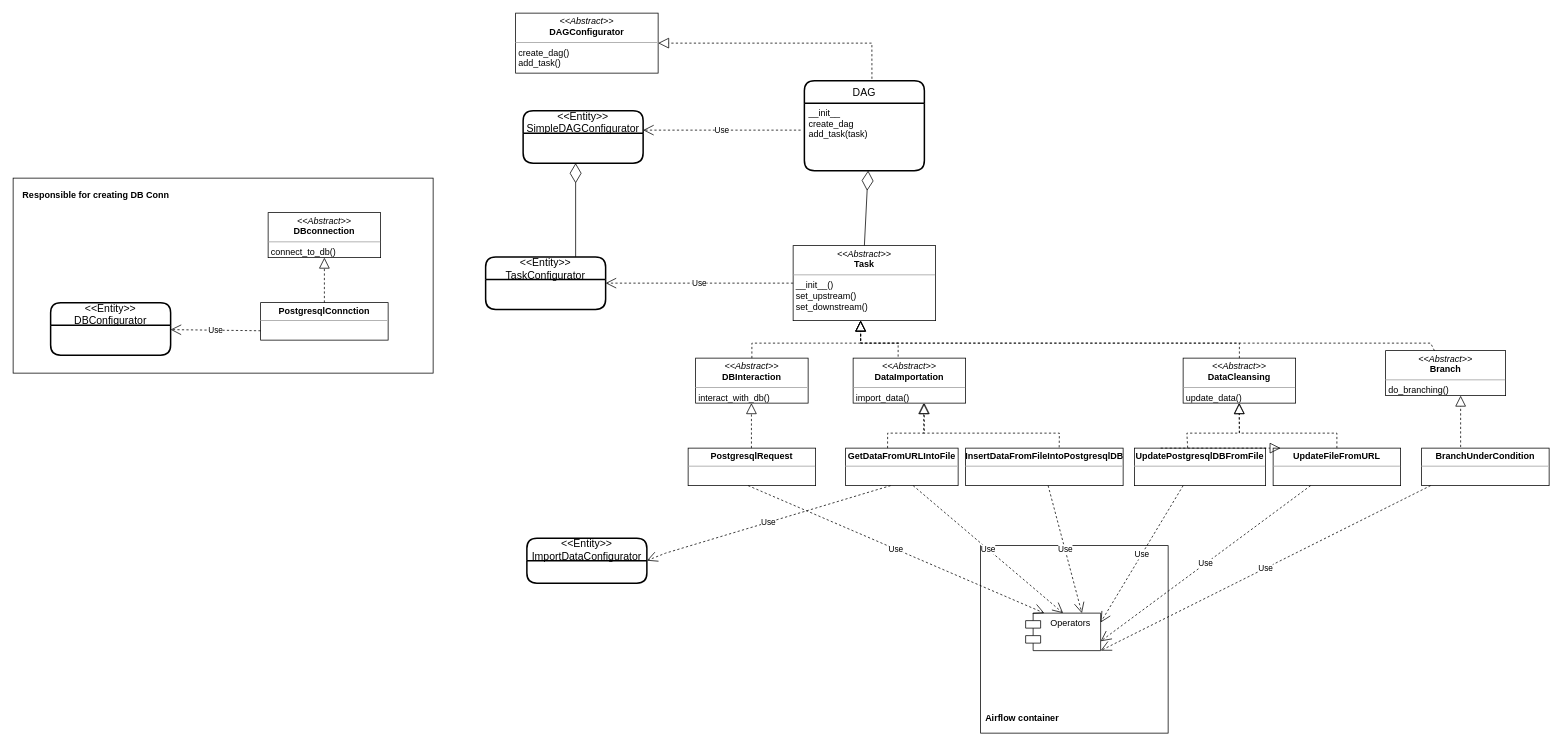
The draw.io diagram fastapi class diag.drawio in KadriR-hash/test-airflow, before the edit. Source tidied: cells renumbered, new cells numbered last; positions are measured from the earlier drawing's top-left corner, leaving out a move shared by most shapes. Both pictures are drawn from the tidied source at 75%, with x=0, y=0 at pixel (13, 13).
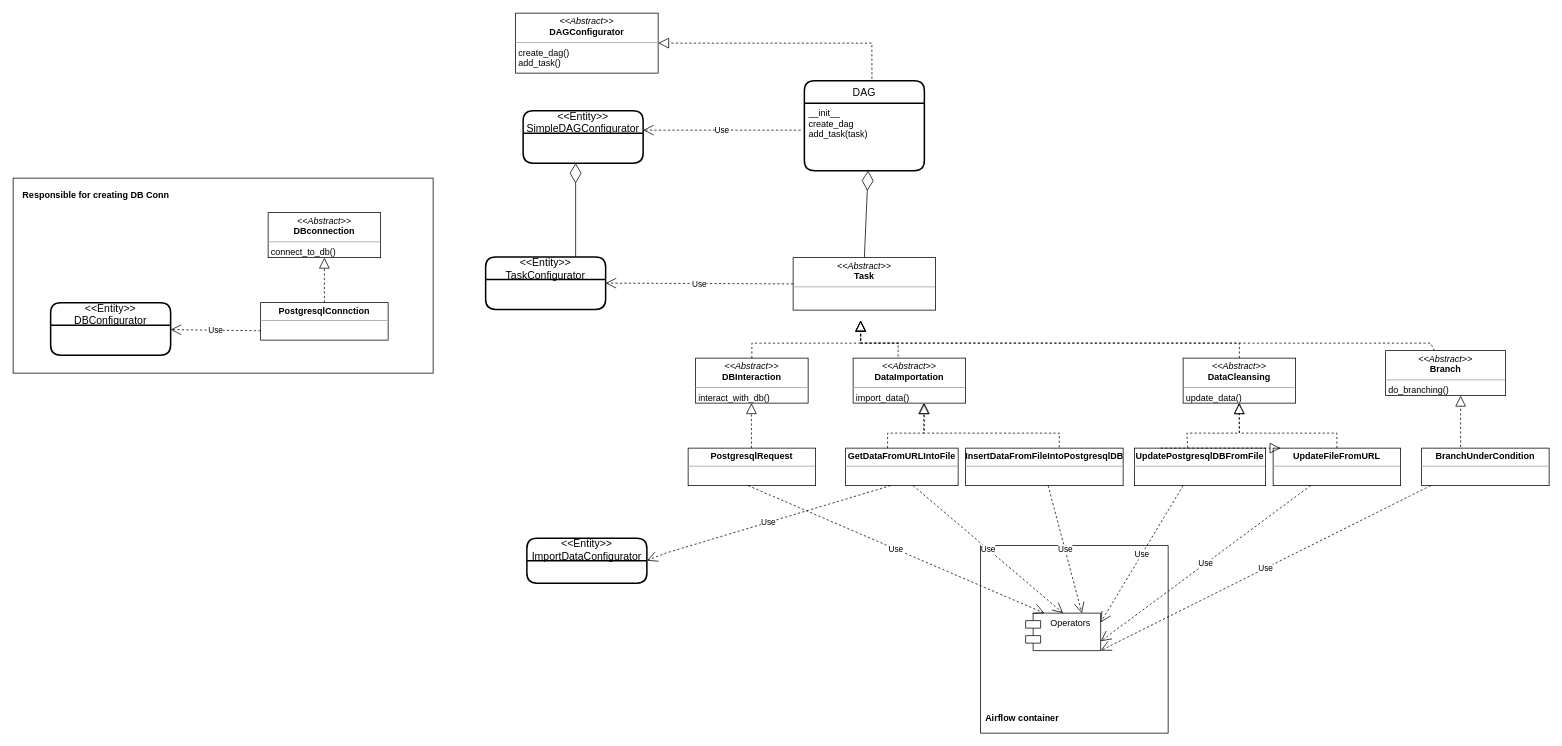
The same page after the edit.

The edit, as a diff of the source:
```diff
@@
-    <mxCell id="6" value="&lt;p style=&quot;margin:0px;margin-top:4px;text-align:center;&quot;&gt;&lt;i&gt;&amp;lt;&amp;lt;&lt;/i&gt;&lt;i style=&quot;border-color: var(--border-color);&quot;&gt;Abstract&lt;/i&gt;&lt;i&gt;&amp;gt;&amp;gt;&lt;/i&gt;&lt;br&gt;&lt;b&gt;Task&lt;/b&gt;&lt;/p&gt;&lt;hr size=&quot;1&quot;&gt;&lt;p style=&quot;margin:0px;margin-left:4px;&quot;&gt;__init__(&lt;span style=&quot;background-color: initial;&quot;&gt;)&lt;/span&gt;&lt;/p&gt;&lt;p style=&quot;margin:0px;margin-left:4px;&quot;&gt;set_upstream()&lt;br style=&quot;border-color: var(--border-color); padding: 0px; margin: 0px;&quot;&gt;set_downstream()&lt;br&gt;&lt;/p&gt;" style="verticalAlign=top;align=left;overflow=fill;fontSize=12;fontFamily=Helvetica;html=1;" parent="1" vertex="1">
-      <mxGeometry x="1040" y="310" width="190" height="100" as="geometry" />
+    <mxCell id="6" value="&lt;p style=&quot;margin:0px;margin-top:4px;text-align:center;&quot;&gt;&lt;i&gt;&amp;lt;&amp;lt;&lt;/i&gt;&lt;i style=&quot;border-color: var(--border-color);&quot;&gt;Abstract&lt;/i&gt;&lt;i&gt;&amp;gt;&amp;gt;&lt;/i&gt;&lt;br&gt;&lt;b&gt;Task&lt;/b&gt;&lt;/p&gt;&lt;hr size=&quot;1&quot;&gt;&lt;p style=&quot;margin:0px;margin-left:4px;&quot;&gt;&lt;br&gt;&lt;/p&gt;" style="verticalAlign=top;align=left;overflow=fill;fontSize=12;fontFamily=Helvetica;html=1;" parent="1" vertex="1">
+      <mxGeometry x="1040" y="326" width="190" height="70" as="geometry" />
     </mxCell>
```
